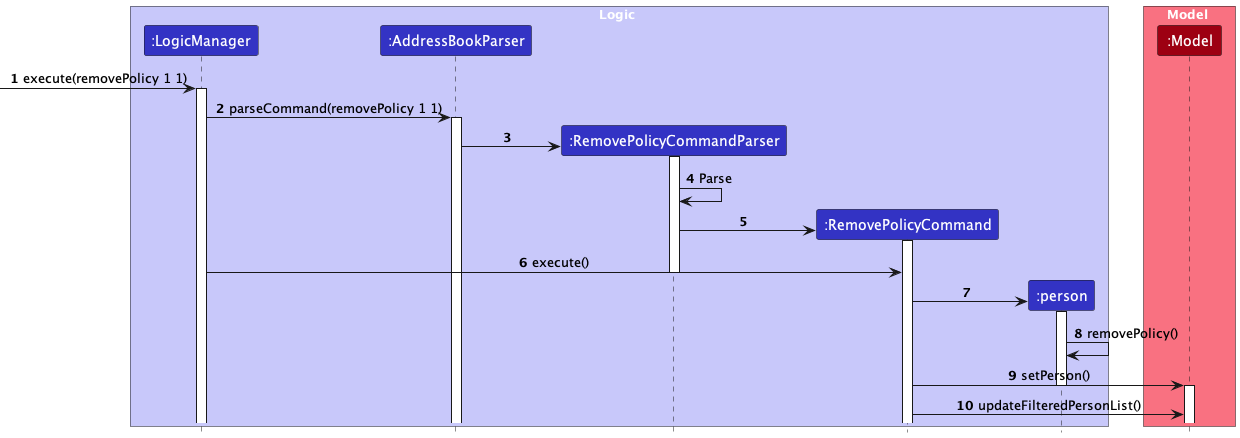
Above: diagrams/RemovePolicySequenceDiagram.png in AY2324S1-CS2103-W14-1/tp (PlantUML), before the change.
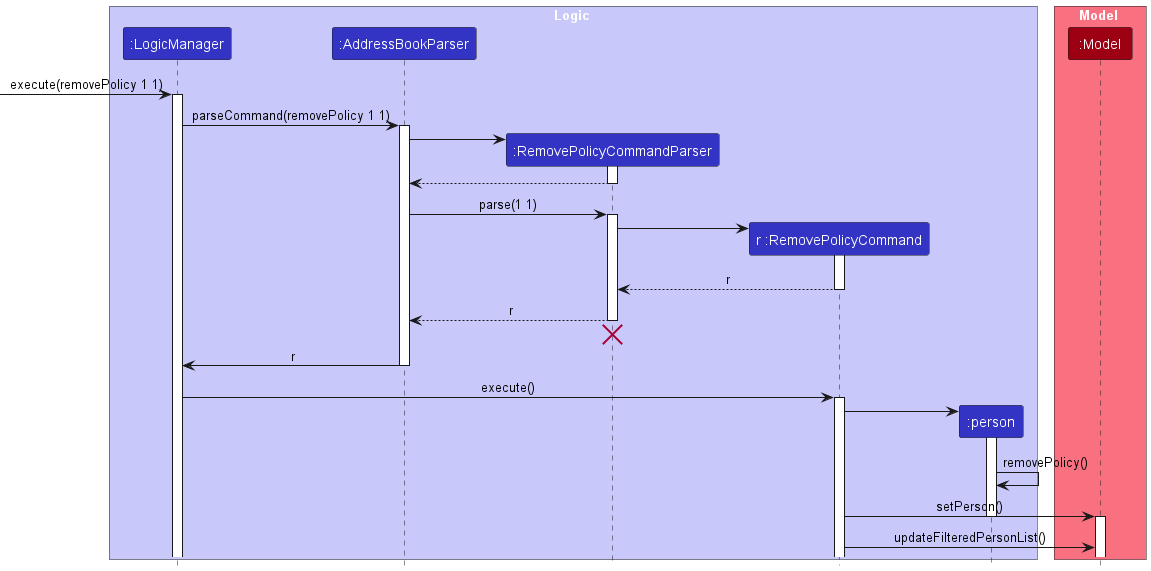
After the change.

The edit, as a diff of the source:
```diff
@@ -6,7 +6,7 @@
 participant ":LogicManager" as LogicManager LOGIC_COLOR
 participant ":AddressBookParser" as AddressBookParser LOGIC_COLOR
 participant ":RemovePolicyCommandParser" as RemovePolicyCommandParser LOGIC_COLOR
-participant ":RemovePolicyCommand" as RemovePolicyCommand LOGIC_COLOR
+participant "r :RemovePolicyCommand" as RemovePolicyCommand LOGIC_COLOR
 participant ":person" as Person LOGIC_COLOR
 end box
 
@@ -14,7 +14,6 @@
 participant ":Model" as Model MODEL_COLOR
 end box
 
-autonumber
 [->LogicManager : execute(removePolicy 1 1)
 activate LogicManager
 
@@ -25,13 +24,29 @@
 AddressBookParser -> RemovePolicyCommandParser:
 activate RemovePolicyCommandParser
 
-RemovePolicyCommandParser -> RemovePolicyCommandParser : Parse
+RemovePolicyCommandParser --> AddressBookParser
+deactivate RemovePolicyCommandParser
+
+AddressBookParser -> RemovePolicyCommandParser : parse(1 1)
+activate RemovePolicyCommandParser
 
 create RemovePolicyCommand
 RemovePolicyCommandParser -> RemovePolicyCommand
 activate RemovePolicyCommand
+
+RemovePolicyCommand --> RemovePolicyCommandParser: r
+deactivate RemovePolicyCommand
+
+RemovePolicyCommandParser --> AddressBookParser: r
+deactivate RemovePolicyCommandParser
+RemovePolicyCommandParser -[hidden]-> AddressBookParser
+destroy RemovePolicyCommandParser
+
+AddressBookParser -> LogicManager : r
+deactivate AddressBookParser
+
 LogicManager -> RemovePolicyCommand : execute()
-deactivate RemovePolicyCommandParser
+activate RemovePolicyCommand
 
 create Person
 RemovePolicyCommand -> Person :
```
